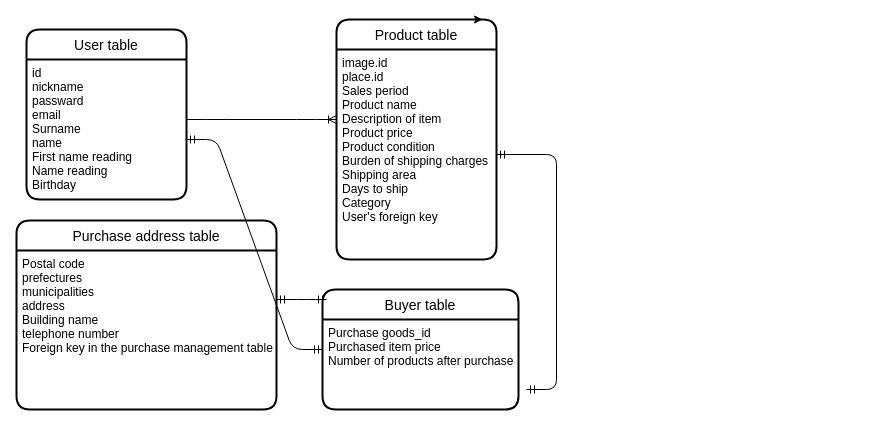
Earlier version of the draw.io diagram REDEME.dio (KAWAUchi1013/furima-37180). Source tidied: cells renumbered, new cells numbered last; positions are measured from the earlier drawing's top-left corner, leaving out a move shared by most shapes. Both pictures are drawn from the tidied source at 100%, with x=0, y=0 at pixel (16, 19).
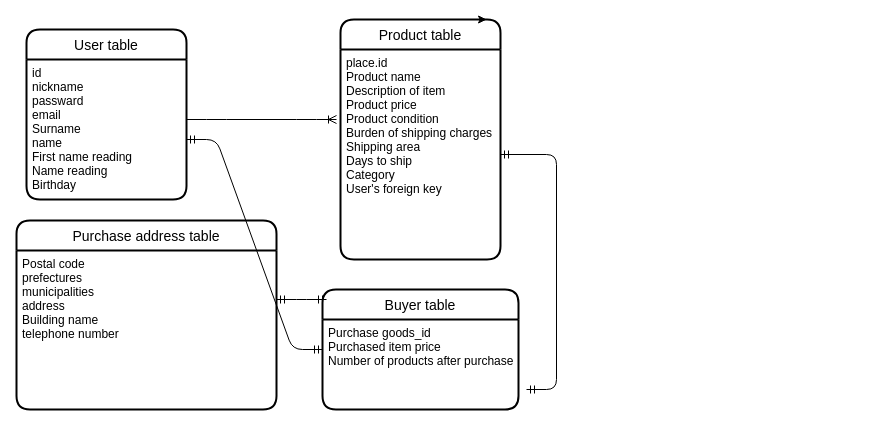
After the change.

What changed in the source:
```diff
@@
 <mxGraphModel>
   <root>
     <mxCell id="0" />
     <mxCell id="1" parent="0" />
     <mxCell id="2" value="User table" style="swimlane;horizontal=1;startSize=30;rounded=1;fontSize=14;fontStyle=0;strokeWidth=2;shadow=0;dashed=0;align=center;" parent="1" vertex="1">
       <mxGeometry x="10" y="10" width="160" height="170" as="geometry" />
     </mxCell>
     <mxCell id="3" value="id&#10;nickname&#10;passward&#10;email&#10;Surname&#10;name&#10;First name reading&#10;Name reading&#10;Birthday" style="align=left;strokeColor=none;fillColor=none;spacingLeft=4;fontSize=12;verticalAlign=top;" parent="2" vertex="1">
       <mxGeometry y="30" width="160" height="140" as="geometry" />
     </mxCell>
     <mxCell id="4" value="Product table" style="swimlane;horizontal=1;startSize=30;rounded=1;fontSize=14;fontStyle=0;strokeWidth=2;shadow=0;dashed=0;align=center;" parent="1" vertex="1">
-      <mxGeometry x="320" width="160" height="240" as="geometry" />
+      <mxGeometry x="324" width="160" height="240" as="geometry" />
     </mxCell>
-    <mxCell id="5" value="image.id　　　　　　　　　　　　　　　　　　　　　　　　　　　　　　　　　　　　　　　&#10;place.id&#10;Sales period&#10;Product name&#10;Description of item&#10;Product price&#10;Product condition&#10;Burden of shipping charges&#10;Shipping area&#10;Days to ship&#10;Category&#10;User's foreign key" style="align=left;strokeColor=none;fillColor=none;spacingLeft=4;fontSize=12;verticalAlign=top;" parent="4" vertex="1">
+    <mxCell id="5" value="place.id&#10;Product name&#10;Description of item&#10;Product price&#10;Product condition&#10;Burden of shipping charges&#10;Shipping area&#10;Days to ship&#10;Category&#10;User's foreign key" style="align=left;strokeColor=none;fillColor=none;spacingLeft=4;fontSize=12;verticalAlign=top;" parent="4" vertex="1">
       <mxGeometry y="30" width="160" height="210" as="geometry" />
     </mxCell>
     <mxCell id="6" value="Buyer table" style="swimlane;horizontal=1;startSize=30;rounded=1;fontSize=14;fontStyle=0;strokeWidth=2;shadow=0;dashed=0;align=center;" parent="1" vertex="1">
       <mxGeometry x="306" y="270" width="196" height="120" as="geometry" />
     </mxCell>
     <mxCell id="7" value="Purchase goods_id&#10;Purchased item price&#10;Number of products after purchase&#10;" style="align=left;strokeColor=none;fillColor=none;spacingLeft=4;fontSize=12;verticalAlign=top;" parent="6" vertex="1">
       <mxGeometry y="30" width="196" height="90" as="geometry" />
     </mxCell>
     <mxCell id="8" style="edgeStyle=entityRelationEdgeStyle;fontSize=12;html=1;endArrow=ERoneToMany;" parent="1" edge="1">
       <mxGeometry relative="1" as="geometry">
         <mxPoint x="170" y="100" as="sourcePoint" />
         <mxPoint x="320" y="100" as="targetPoint" />
       </mxGeometry>
     </mxCell>
     <mxCell id="9" value="Purchase address table" style="swimlane;horizontal=1;startSize=30;rounded=1;fontSize=14;fontStyle=0;strokeWidth=2;shadow=0;dashed=0;align=center;direction=east;" parent="1" vertex="1">
       <mxGeometry y="201" width="260" height="189" as="geometry" />
     </mxCell>
-    <mxCell id="10" value="Postal code&#10;prefectures&#10;municipalities&#10;address&#10;Building name&#10;telephone number&#10;Foreign key in the purchase management table" style="align=left;strokeColor=none;fillColor=none;spacingLeft=4;fontSize=12;verticalAlign=top;" parent="9" vertex="1">
+    <mxCell id="10" value="Postal code&#10;prefectures&#10;municipalities&#10;address&#10;Building name&#10;telephone number&#10;" style="align=left;strokeColor=none;fillColor=none;spacingLeft=4;fontSize=12;verticalAlign=top;" parent="9" vertex="1">
       <mxGeometry y="30" width="260" height="159" as="geometry" />
     </mxCell>
     <mxCell id="11" style="edgeStyle=entityRelationEdgeStyle;fontSize=12;html=1;endArrow=ERmandOne;startArrow=ERmandOne;" parent="1" edge="1" target="5">
       <mxGeometry relative="1" as="geometry">
         <mxPoint x="510" y="370" as="sourcePoint" />
       </mxGeometry>
     </mxCell>
     <mxCell id="12" style="edgeStyle=entityRelationEdgeStyle;fontSize=12;html=1;endArrow=ERmandOne;startArrow=ERmandOne;" parent="1" edge="1">
       <mxGeometry relative="1" as="geometry">
         <mxPoint x="260" y="280" as="sourcePoint" />
         <mxPoint x="310" y="280" as="targetPoint" />
       </mxGeometry>
     </mxCell>
     <mxCell id="13" style="edgeStyle=entityRelationEdgeStyle;fontSize=12;html=1;endArrow=ERmandOne;startArrow=ERmandOne;" parent="1" edge="1" target="6">
       <mxGeometry relative="1" as="geometry">
         <mxPoint x="170" y="120" as="sourcePoint" />
       </mxGeometry>
     </mxCell>
     <mxCell id="14" style="edgeStyle=none;html=1;exitX=0.5;exitY=0;exitDx=0;exitDy=0;entryX=0.913;entryY=0;entryDx=0;entryDy=0;entryPerimeter=0;" parent="1" edge="1" source="4" target="4">
       <mxGeometry relative="1" as="geometry" />
     </mxCell>
   </root>
 </mxGraphModel>
```
